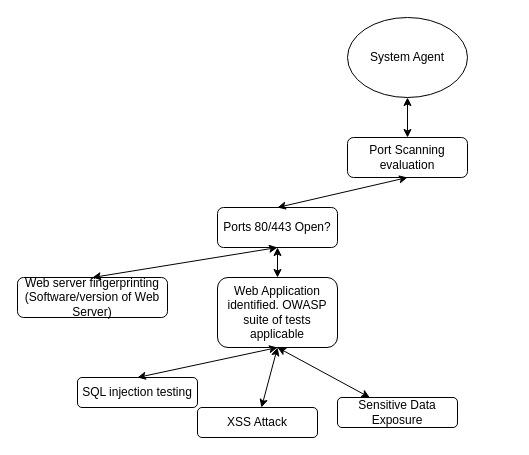
Earlier version of the draw.io diagram AttackTree.drawio (crystalz411/LinkBoard). Source tidied: cells renumbered, new cells numbered last; positions are measured from the earlier drawing's top-left corner, leaving out a move shared by most shapes. Both pictures are drawn from the tidied source at 100%, with x=0, y=0 at pixel (17, 17).
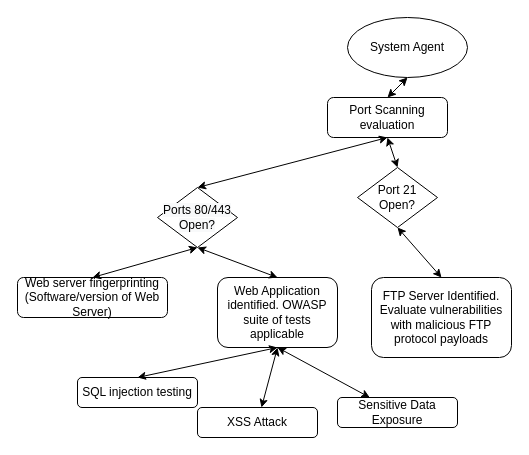
The same diagram, later.

Unchanged cells that the change refers to:
```xml
<mxCell id="7" value="Web Application identified. OWASP suite of tests applicable" style="rounded=1;whiteSpace=wrap;html=1;" parent="1" vertex="1">
  <mxGeometry x="200" y="260" width="120" height="70" as="geometry" />
</mxCell>
```

The edit, as a diff of the source:
```diff
@@
     <mxCell id="2" value="System Agent" style="ellipse;whiteSpace=wrap;html=1;" parent="1" vertex="1">
-      <mxGeometry x="330" width="120" height="80" as="geometry" />
+      <mxGeometry x="330" width="120" height="60" as="geometry" />
     </mxCell>
     <mxCell id="3" value="Port Scanning evaluation" style="rounded=1;whiteSpace=wrap;html=1;" parent="1" vertex="1">
-      <mxGeometry x="330" y="120" width="120" height="40" as="geometry" />
+      <mxGeometry x="310" y="80" width="120" height="40" as="geometry" />
     </mxCell>
@@
-    <mxCell id="5" value="Ports 80/443 Open?" style="rounded=1;whiteSpace=wrap;html=1;" parent="1" vertex="1">
-      <mxGeometry x="200" y="190" width="120" height="40" as="geometry" />
-    </mxCell>
@@
-    <mxCell id="8" style="endArrow=classic;startArrow=classic;html=1;exitX=0.5;exitY=0;exitDx=0;exitDy=0;" parent="1" edge="1" source="7" target="5">
+    <mxCell id="8" style="endArrow=classic;startArrow=classic;html=1;exitX=0.5;exitY=0;exitDx=0;exitDy=0;entryX=0.5;entryY=1;entryDx=0;entryDy=0;" parent="1" edge="1" source="7" target="5">
       <mxGeometry relative="1" as="geometry" />
     </mxCell>
@@
+    <mxCell id="17" value="FTP Server Identified. Evaluate vulnerabilities with malicious FTP protocol payloads" style="rounded=1;whiteSpace=wrap;html=1;" parent="1" vertex="1">
+      <mxGeometry x="354" y="260" width="140" height="80" as="geometry" />
+    </mxCell>
+    <mxCell id="18" style="endArrow=classic;startArrow=classic;html=1;entryX=0.5;entryY=1;entryDx=0;entryDy=0;exitX=0.5;exitY=0;exitDx=0;exitDy=0;" parent="1" edge="1" source="20" target="3">
+      <mxGeometry relative="1" as="geometry" />
+    </mxCell>
+    <mxCell id="19" style="endArrow=classic;startArrow=classic;html=1;entryX=0.5;entryY=1;entryDx=0;entryDy=0;exitX=0.5;exitY=0;exitDx=0;exitDy=0;" parent="1" edge="1" source="17" target="20">
+      <mxGeometry relative="1" as="geometry" />
+    </mxCell>
+    <mxCell id="5" value="&#10;&#10;&lt;span style=&quot;color: rgb(0, 0, 0); font-family: helvetica; font-size: 12px; font-style: normal; font-weight: 400; letter-spacing: normal; text-align: center; text-indent: 0px; text-transform: none; word-spacing: 0px; background-color: rgb(248, 249, 250); display: inline; float: none;&quot;&gt;Ports 80/443 Open?&lt;/span&gt;&#10;&#10;" style="rhombus;whiteSpace=wrap;html=1;" parent="1" vertex="1">
+      <mxGeometry x="140" y="170" width="80" height="60" as="geometry" />
+    </mxCell>
+    <mxCell id="20" value="&lt;font face=&quot;helvetica&quot;&gt;Port 21 Open?&lt;/font&gt;" style="rhombus;whiteSpace=wrap;html=1;" parent="1" vertex="1">
+      <mxGeometry x="340" y="150" width="80" height="60" as="geometry" />
+    </mxCell>
```
